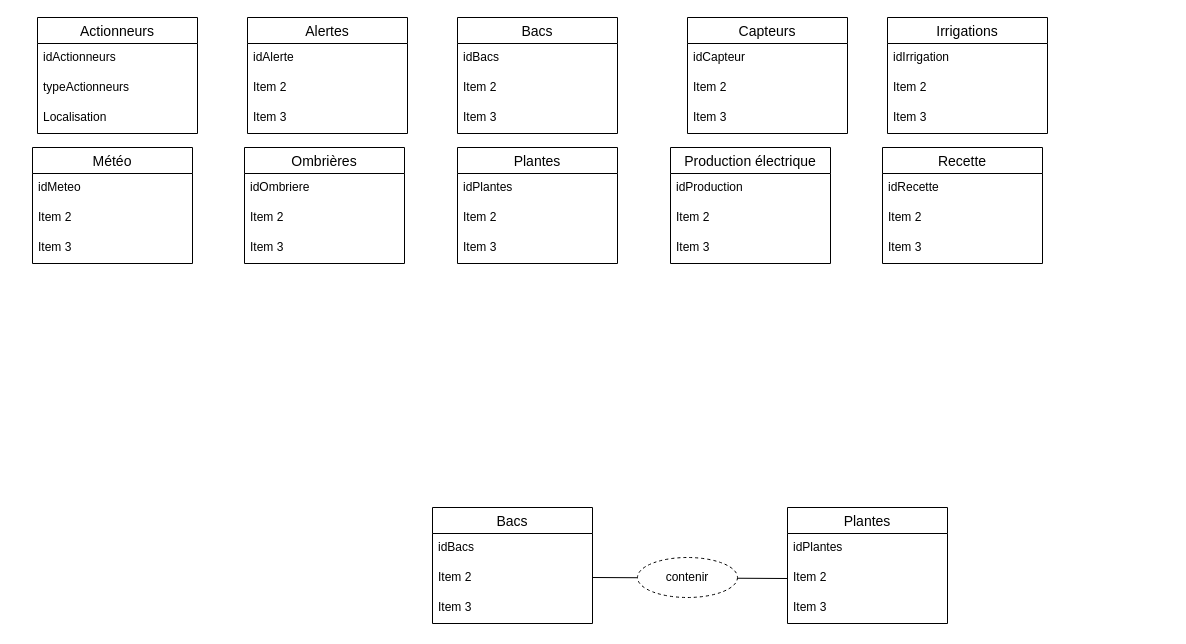
This is page "Copie de Page-1" (2 of 2) of MCD.drawio from SAE601/BDD, a draw.io file, before an edit. Source tidied: cells renumbered, new cells numbered last; positions are measured from the earlier drawing's top-left corner, leaving out a move shared by most shapes. Both pictures are drawn from the tidied source at 100%, with x=0, y=0 at pixel (32, 17).
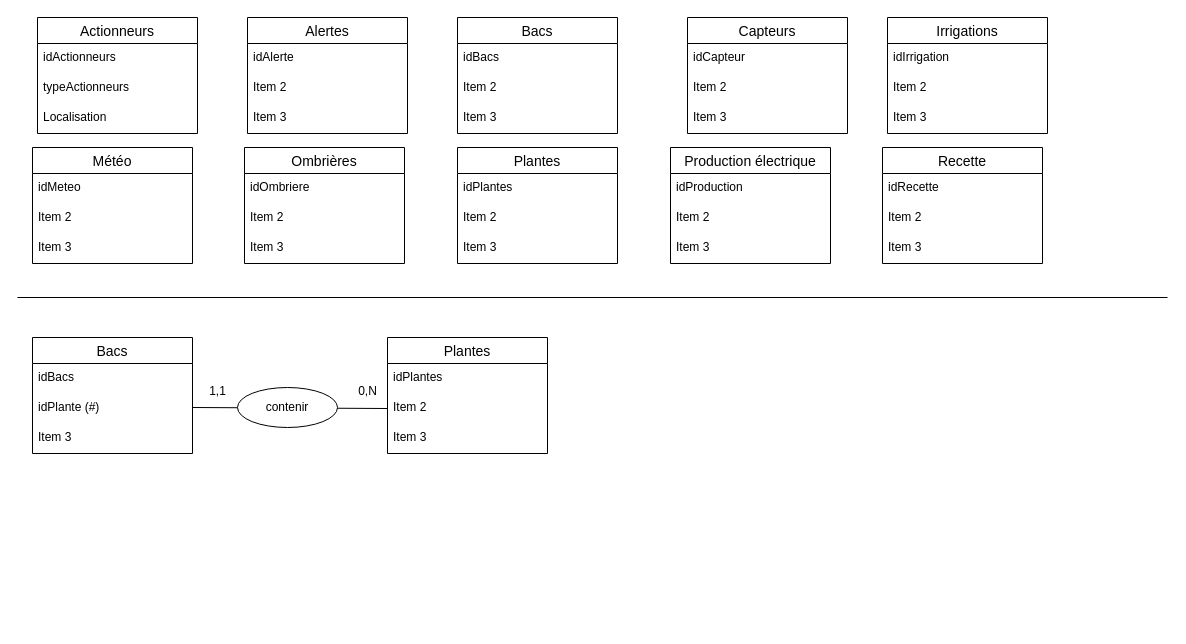
The same page after the edit.

The change refers to these unchanged cells:
```xml
<mxCell id="48" value="Item 2" style="text;strokeColor=none;fillColor=none;spacingLeft=4;spacingRight=4;overflow=hidden;points=[[0,0.5],[1,0.5]];portConstraint=eastwest;fontSize=12;whiteSpace=wrap;html=1;" parent="46" vertex="1">
  <mxGeometry y="56" width="160" height="30" as="geometry" />
</mxCell>
```

Diff of the diagram source:
```diff
@@
     <mxCell id="42" value="Bacs" style="swimlane;fontStyle=0;horizontal=1;startSize=26;align=center;fontSize=14;" parent="1" vertex="1">
-      <mxGeometry x="400" y="490" width="160" height="116" as="geometry" />
+      <mxGeometry y="320" width="160" height="116" as="geometry" />
     </mxCell>
@@
-    <mxCell id="44" value="Item 2" style="text;strokeColor=none;fillColor=none;spacingLeft=4;spacingRight=4;overflow=hidden;fontSize=12;whiteSpace=wrap;html=1;" parent="42" vertex="1">
+    <mxCell id="44" value="idPlante (#)" style="text;strokeColor=none;fillColor=none;spacingLeft=4;spacingRight=4;overflow=hidden;fontSize=12;whiteSpace=wrap;html=1;" parent="42" vertex="1">
       <mxGeometry y="56" width="160" height="30" as="geometry" />
     </mxCell>
@@
     <mxCell id="46" value="Plantes" style="swimlane;fontStyle=0;horizontal=1;startSize=26;align=center;fontSize=14;" parent="1" vertex="1">
-      <mxGeometry x="755" y="490" width="160" height="116" as="geometry" />
+      <mxGeometry x="355" y="320" width="160" height="116" as="geometry" />
     </mxCell>
@@
     <mxCell id="50" style="endArrow=none;html=1;rounded=0;entryX=0;entryY=0.5;entryDx=0;entryDy=0;" parent="1" edge="1" target="48">
       <mxGeometry relative="1" as="geometry">
-        <mxPoint x="560" y="560" as="sourcePoint" />
+        <mxPoint x="160" y="390" as="sourcePoint" />
       </mxGeometry>
     </mxCell>
-    <mxCell id="51" value="contenir" style="ellipse;whiteSpace=wrap;html=1;align=center;dashed=1;" parent="1" vertex="1">
-      <mxGeometry x="605" y="540" width="100" height="40" as="geometry" />
+    <mxCell id="51" value="contenir" style="ellipse;whiteSpace=wrap;html=1;align=center;" parent="1" vertex="1">
+      <mxGeometry x="205" y="370" width="100" height="40" as="geometry" />
     </mxCell>
+    <mxCell id="52" value="1,1" style="text;html=1;align=center;verticalAlign=middle;strokeColor=none;fillColor=none;" parent="1" vertex="1">
+      <mxGeometry x="165" y="359" width="40" height="30" as="geometry" />
+    </mxCell>
+    <mxCell id="53" value="0,N" style="text;html=1;align=center;verticalAlign=middle;strokeColor=none;fillColor=none;" parent="1" vertex="1">
+      <mxGeometry x="315" y="359" width="40" height="30" as="geometry" />
+    </mxCell>
+    <mxCell id="54" style="endArrow=none;html=1;rounded=0;" parent="1" edge="1">
+      <mxGeometry relative="1" as="geometry">
+        <mxPoint x="-15" y="280" as="sourcePoint" />
+        <mxPoint x="1135" y="280" as="targetPoint" />
+      </mxGeometry>
+    </mxCell>
```
